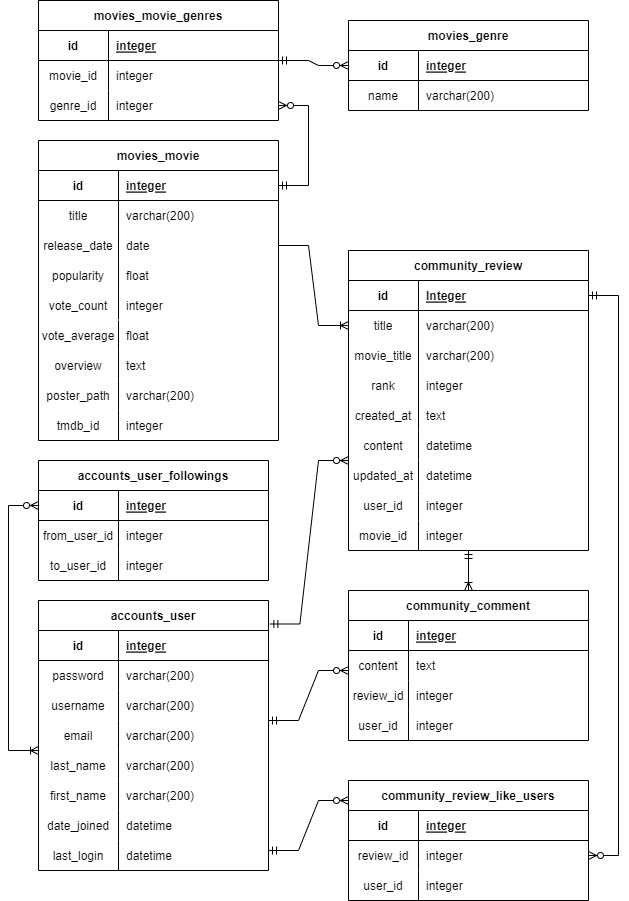
Above: ERD.drawio.png in hanseungjune/ERD_MEMO (draw.io), before the change. Source tidied: cells renumbered, new cells last; positions are measured from the earlier drawing's top-left corner, leaving out a move shared by most shapes.
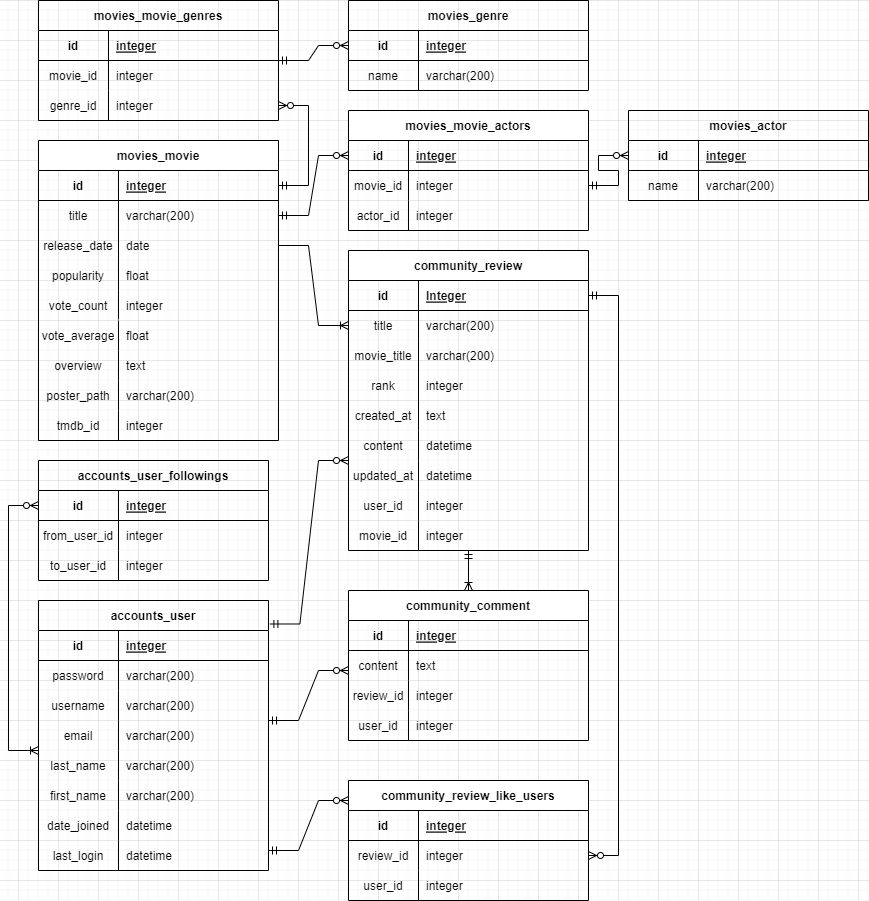
After the commit.

Commit message:
ERD.drawio.png이 추가되었습니다.

The edit, as a diff of the source:
```diff
@@ -390,7 +390,7 @@
       <mxGeometry relative="1" as="geometry" />
     </mxCell>
     <mxCell id="126" value="movies_genre" style="shape=table;startSize=30;rowLines=0;fontStyle=1;align=center;fillColor=none;gradientColor=default;" parent="1" vertex="1">
-      <mxGeometry x="340" y="20" width="240" height="90" as="geometry" />
+      <mxGeometry x="340" width="240" height="90" as="geometry" />
     </mxCell>
     <mxCell id="127" style="shape=tableRow;horizontal=0;startSize=0;swimlaneHead=0;swimlaneBody=0;fillColor=none;top=0;left=0;right=0;bottom=1;" parent="126" vertex="1">
       <mxGeometry y="30" width="240" height="30" as="geometry" />
@@ -425,5 +425,62 @@
     <mxCell id="137" value="integer" style="shape=partialRectangle;fillColor=none;top=0;left=1;bottom=0;right=0;align=left;spacingLeft=6;overflow=hidden;" parent="1" vertex="1">
       <mxGeometry x="110" y="410" width="160" height="30" as="geometry" />
     </mxCell>
+    <mxCell id="138" value="movies_movie_actors" style="shape=table;startSize=30;rowLines=0;fontStyle=1;align=center;" parent="1" vertex="1">
+      <mxGeometry x="340" y="110" width="240" height="120" as="geometry" />
+    </mxCell>
+    <mxCell id="139" style="shape=tableRow;horizontal=0;startSize=0;swimlaneHead=0;swimlaneBody=0;fillColor=none;points=[[0,0.5],[1,0.5]];portConstraint=eastwest;top=0;left=0;right=0;bottom=1;" parent="138" vertex="1">
+      <mxGeometry y="30" width="240" height="30" as="geometry" />
+    </mxCell>
+    <mxCell id="140" value="id" style="shape=partialRectangle;fillColor=none;top=0;left=0;bottom=0;right=0;fontStyle=1;overflow=hidden;" parent="139" vertex="1">
+      <mxGeometry width="60" height="30" as="geometry" />
+    </mxCell>
+    <mxCell id="141" value="integer" style="shape=partialRectangle;fillColor=none;top=0;left=0;bottom=0;right=0;align=left;spacingLeft=6;fontStyle=5;overflow=hidden;" parent="139" vertex="1">
+      <mxGeometry x="60" width="180" height="30" as="geometry" />
+    </mxCell>
+    <mxCell id="142" style="shape=tableRow;horizontal=0;startSize=0;swimlaneHead=0;swimlaneBody=0;fillColor=none;points=[[0,0.5],[1,0.5]];portConstraint=eastwest;top=0;left=0;right=0;bottom=0;" parent="138" vertex="1">
+      <mxGeometry y="60" width="240" height="30" as="geometry" />
+    </mxCell>
+    <mxCell id="143" value="movie_id" style="shape=partialRectangle;fillColor=none;top=0;left=0;bottom=0;right=0;overflow=hidden;" parent="142" vertex="1">
+      <mxGeometry width="60" height="30" as="geometry" />
+    </mxCell>
+    <mxCell id="144" value="integer" style="shape=partialRectangle;fillColor=none;top=0;left=0;bottom=0;right=0;align=left;spacingLeft=6;overflow=hidden;" parent="142" vertex="1">
+      <mxGeometry x="60" width="180" height="30" as="geometry" />
+    </mxCell>
+    <mxCell id="145" style="shape=tableRow;horizontal=0;startSize=0;swimlaneHead=0;swimlaneBody=0;fillColor=none;top=0;left=0;right=0;bottom=0;" parent="138" vertex="1">
+      <mxGeometry y="90" width="240" height="30" as="geometry" />
+    </mxCell>
+    <mxCell id="146" value="actor_id" style="shape=partialRectangle;fillColor=none;top=0;left=0;bottom=0;right=0;overflow=hidden;" parent="145" vertex="1">
+      <mxGeometry width="60" height="30" as="geometry" />
+    </mxCell>
+    <mxCell id="147" value="integer" style="shape=partialRectangle;fillColor=none;top=0;left=0;bottom=0;right=0;align=left;spacingLeft=6;overflow=hidden;" parent="145" vertex="1">
+      <mxGeometry x="60" width="180" height="30" as="geometry" />
+    </mxCell>
+    <mxCell id="148" style="edgeStyle=entityRelationEdgeStyle;fontSize=12;html=1;endArrow=ERzeroToMany;startArrow=ERmandOne;rounded=0;" parent="1" edge="1" source="6" target="139">
+      <mxGeometry relative="1" as="geometry" />
+    </mxCell>
+    <mxCell id="149" value="movies_actor" style="shape=table;startSize=30;rowLines=0;fontStyle=1;align=center;fillColor=none;gradientColor=default;" parent="1" vertex="1">
+      <mxGeometry x="620" y="110" width="240" height="90" as="geometry" />
+    </mxCell>
+    <mxCell id="150" style="shape=tableRow;horizontal=0;startSize=0;swimlaneHead=0;swimlaneBody=0;fillColor=none;top=0;left=0;right=0;bottom=1;" parent="149" vertex="1">
+      <mxGeometry y="30" width="240" height="30" as="geometry" />
+    </mxCell>
+    <mxCell id="151" value="id" style="shape=partialRectangle;fillColor=none;top=0;left=0;bottom=0;right=0;fontStyle=1;overflow=hidden;" parent="150" vertex="1">
+      <mxGeometry width="70" height="30" as="geometry" />
+    </mxCell>
+    <mxCell id="152" value="integer" style="shape=partialRectangle;fillColor=none;top=0;left=0;bottom=0;right=0;align=left;spacingLeft=6;fontStyle=5;overflow=hidden;" parent="150" vertex="1">
+      <mxGeometry x="70" width="170" height="30" as="geometry" />
+    </mxCell>
+    <mxCell id="153" style="shape=tableRow;horizontal=0;startSize=0;swimlaneHead=0;swimlaneBody=0;fillColor=none;top=0;left=0;right=0;bottom=0;" parent="149" vertex="1">
+      <mxGeometry y="60" width="240" height="30" as="geometry" />
+    </mxCell>
+    <mxCell id="154" value="name" style="shape=partialRectangle;fillColor=none;top=0;left=0;bottom=0;right=0;overflow=hidden;" parent="153" vertex="1">
+      <mxGeometry width="70" height="30" as="geometry" />
+    </mxCell>
+    <mxCell id="155" value="varchar(200)" style="shape=partialRectangle;fillColor=none;top=0;left=0;bottom=0;right=0;align=left;spacingLeft=6;overflow=hidden;" parent="153" vertex="1">
+      <mxGeometry x="70" width="170" height="30" as="geometry" />
+    </mxCell>
+    <mxCell id="156" style="edgeStyle=entityRelationEdgeStyle;fontSize=12;html=1;endArrow=ERzeroToMany;startArrow=ERmandOne;rounded=0;" parent="1" edge="1" source="142" target="149">
+      <mxGeometry relative="1" as="geometry" />
+    </mxCell>
   </root>
 </mxGraphModel>
```
